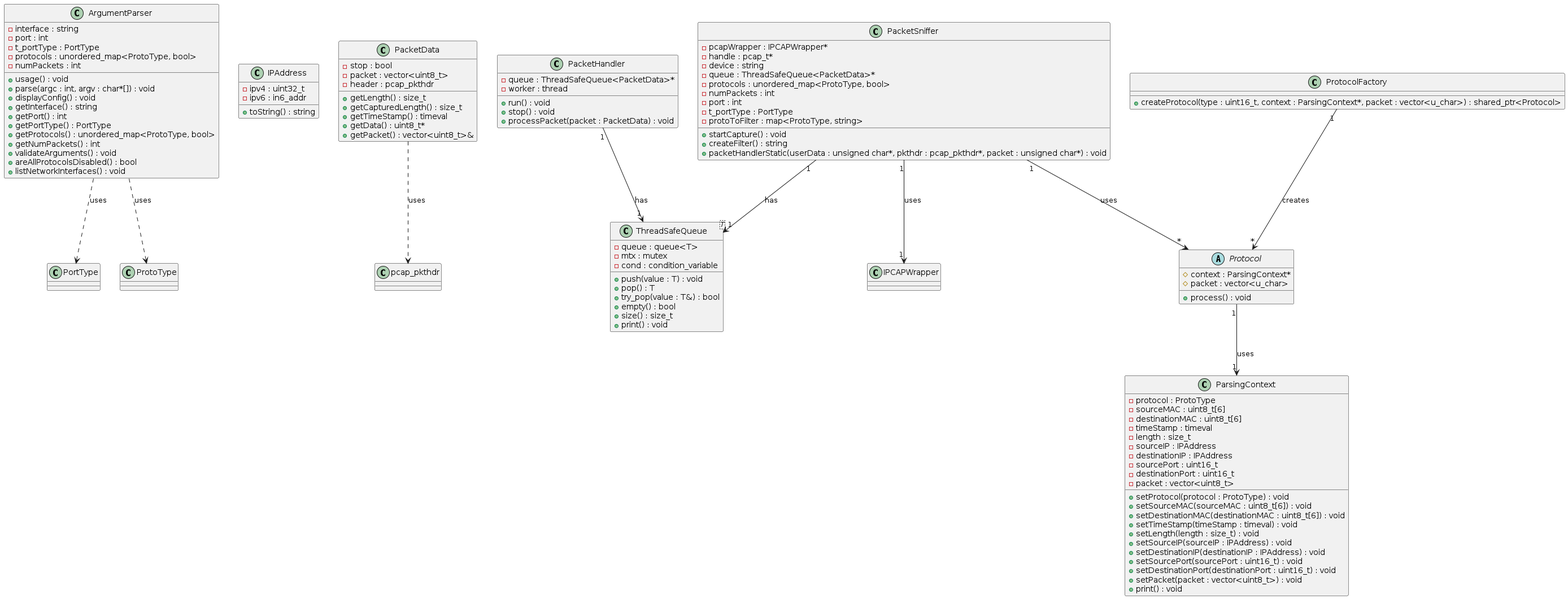
Earlier version of the PlantUML export imgs/class.png (jakubvsetecka/packet-sniffer). Its diagram source:
```plantuml
@startuml class
class ArgumentParser {
    - interface : string
    - port : int
    - t_portType : PortType
    - protocols : unordered_map<ProtoType, bool>
    - numPackets : int
    + usage() : void
    + parse(argc : int, argv : char*[]) : void
    + displayConfig() : void
    + getInterface() : string
    + getPort() : int
    + getPortType() : PortType
    + getProtocols() : unordered_map<ProtoType, bool>
    + getNumPackets() : int
    + validateArguments() : void
    + areAllProtocolsDisabled() : bool
    + listNetworkInterfaces() : void
}

class IPAddress {
    - ipv4 : uint32_t
    - ipv6 : in6_addr
    + toString() : string
}

class PacketData {
    - stop : bool
    - packet : vector<uint8_t>
    - header : pcap_pkthdr
    + getLength() : size_t
    + getCapturedLength() : size_t
    + getTimeStamp() : timeval
    + getData() : uint8_t*
    + getPacket() : vector<uint8_t>&
}

class PacketHandler {
    - queue : ThreadSafeQueue<PacketData>*
    - worker : thread
    + run() : void
    + stop() : void
    + processPacket(packet : PacketData) : void
}

class PacketSniffer {
    - pcapWrapper : IPCAPWrapper*
    - handle : pcap_t*
    - device : string
    - queue : ThreadSafeQueue<PacketData>*
    - protocols : unordered_map<ProtoType, bool>
    - numPackets : int
    - port : int
    - t_portType : PortType
    - protoToFilter : map<ProtoType, string>
    + startCapture() : void
    + createFilter() : string
    + packetHandlerStatic(userData : unsigned char*, pkthdr : pcap_pkthdr*, packet : unsigned char*) : void
}

class ParsingContext {
    - protocol : ProtoType
    - sourceMAC : uint8_t[6]
    - destinationMAC : uint8_t[6]
    - timeStamp : timeval
    - length : size_t
    - sourceIP : IPAddress
    - destinationIP : IPAddress
    - sourcePort : uint16_t
    - destinationPort : uint16_t
    - packet : vector<uint8_t>
    + setProtocol(protocol : ProtoType) : void
    + setSourceMAC(sourceMAC : uint8_t[6]) : void
    + setDestinationMAC(destinationMAC : uint8_t[6]) : void
    + setTimeStamp(timeStamp : timeval) : void
    + setLength(length : size_t) : void
    + setSourceIP(sourceIP : IPAddress) : void
    + setDestinationIP(destinationIP : IPAddress) : void
    + setSourcePort(sourcePort : uint16_t) : void
    + setDestinationPort(destinationPort : uint16_t) : void
    + setPacket(packet : vector<uint8_t>) : void
    + print() : void
}

abstract class Protocol {
    # context : ParsingContext*
    # packet : vector<u_char>
    + process() : void
}

class ProtocolFactory {
    + createProtocol(type : uint16_t, context : ParsingContext*, packet : vector<u_char>) : shared_ptr<Protocol>
}

class ThreadSafeQueue<T> {
    - queue : queue<T>
    - mtx : mutex
    - cond : condition_variable
    + push(value : T) : void
    + pop() : T
    + try_pop(value : T&) : bool
    + empty() : bool
    + size() : size_t
    + print() : void
}

PacketSniffer "1" --> "1" IPCAPWrapper : uses
PacketSniffer "1" --> "1" ThreadSafeQueue : has
PacketSniffer "1" --> "*" Protocol : uses
PacketHandler "1" --> "1" ThreadSafeQueue : has
Protocol "1" --> "1" ParsingContext : uses
ProtocolFactory "1" --> "*" Protocol : creates
ArgumentParser ..> PortType : uses
ArgumentParser ..> ProtoType : uses
PacketData ..> pcap_pkthdr : uses
@enduml
```
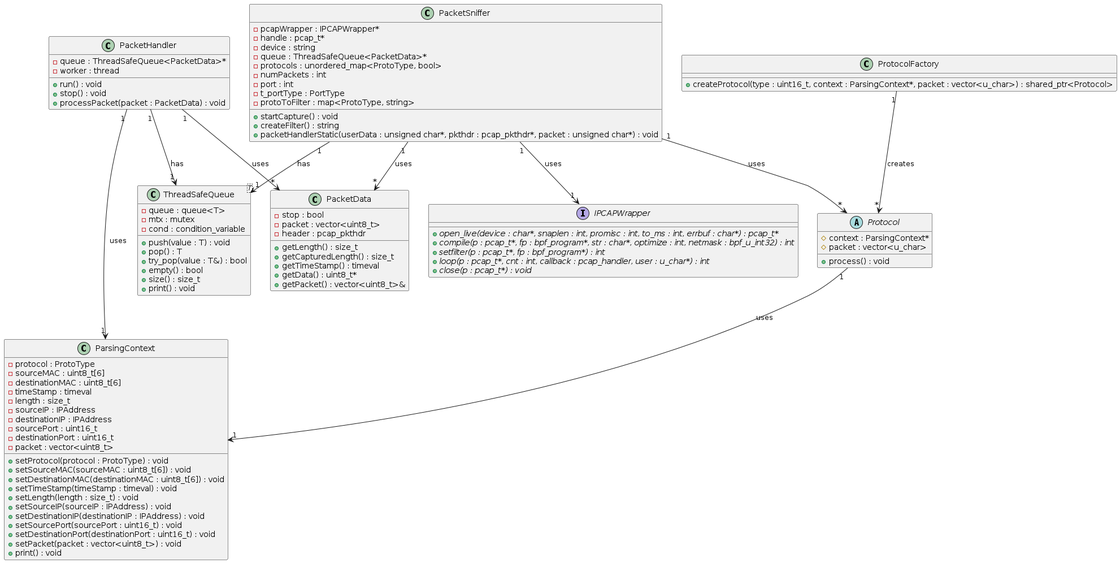
Later version of the same file.

Commit message:
docs: :memo: Update README with more structured class diagrams, Write Implementation part

The edit, as a diff of the source:
```diff
@@ -1,29 +1,4 @@
 @startuml class
-class ArgumentParser {
-    - interface : string
-    - port : int
-    - t_portType : PortType
-    - protocols : unordered_map<ProtoType, bool>
-    - numPackets : int
-    + usage() : void
-    + parse(argc : int, argv : char*[]) : void
-    + displayConfig() : void
-    + getInterface() : string
-    + getPort() : int
-    + getPortType() : PortType
-    + getProtocols() : unordered_map<ProtoType, bool>
-    + getNumPackets() : int
-    + validateArguments() : void
-    + areAllProtocolsDisabled() : bool
-    + listNetworkInterfaces() : void
-}
-
-class IPAddress {
-    - ipv4 : uint32_t
-    - ipv6 : in6_addr
-    + toString() : string
-}
-
 class PacketData {
     - stop : bool
     - packet : vector<uint8_t>
@@ -104,13 +79,21 @@
     + print() : void
 }
 
+interface IPCAPWrapper {
+    + {abstract} open_live(device : char*, snaplen : int, promisc : int, to_ms : int, errbuf : char*) : pcap_t*
+    + {abstract} compile(p : pcap_t*, fp : bpf_program*, str : char*, optimize : int, netmask : bpf_u_int32) : int
+    + {abstract} setfilter(p : pcap_t*, fp : bpf_program*) : int
+    + {abstract} loop(p : pcap_t*, cnt : int, callback : pcap_handler, user : u_char*) : int
+    + {abstract} close(p : pcap_t*) : void
+}
+
 PacketSniffer "1" --> "1" IPCAPWrapper : uses
 PacketSniffer "1" --> "1" ThreadSafeQueue : has
 PacketSniffer "1" --> "*" Protocol : uses
 PacketHandler "1" --> "1" ThreadSafeQueue : has
+PacketHandler "1" --> "*" PacketData : uses
+PacketSniffer "1" --> "*" PacketData : uses
+PacketHandler "1" --> "1" ParsingContext : uses
 Protocol "1" --> "1" ParsingContext : uses
 ProtocolFactory "1" --> "*" Protocol : creates
-ArgumentParser ..> PortType : uses
-ArgumentParser ..> ProtoType : uses
-PacketData ..> pcap_pkthdr : uses
 @enduml
```
